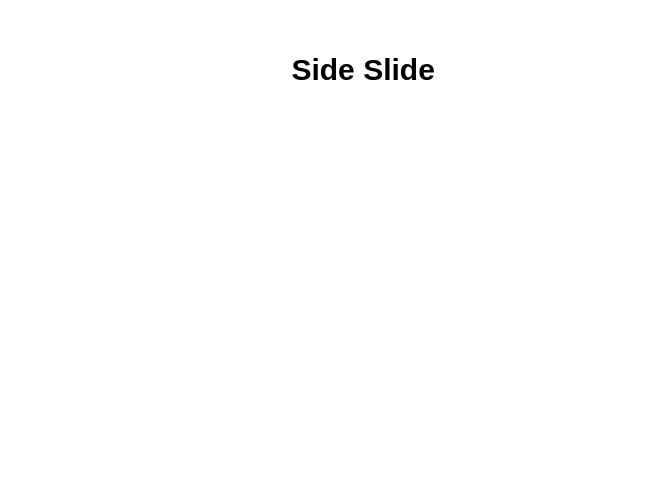
DrBiffness/pachinko-lift keeps this draw.io diagram as page "Side Slide" (2 of 2) of ballLift.drawio. Above is the earlier version. Source tidied: cells renumbered, new cells numbered last; positions are measured from the earlier drawing's top-left corner, leaving out a move shared by most shapes. Both pictures are drawn from the tidied source at 125%, with x=0, y=0 at pixel (212, 26).
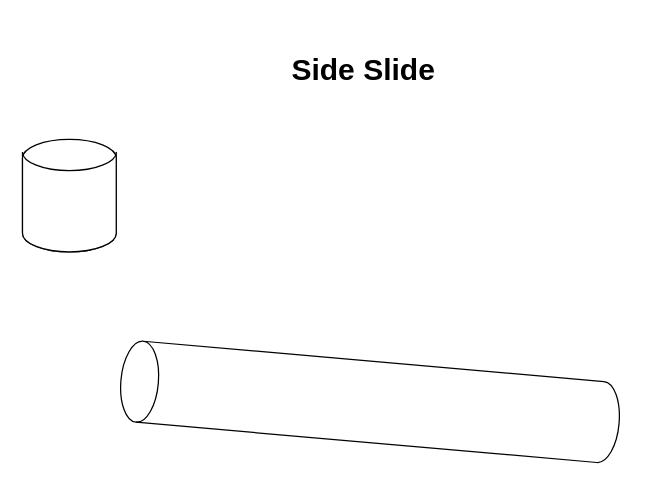
The same page after the edit.

Commit message:
Initial Build Side Slide

What changed in the source:
```diff
@@
 <mxGraphModel>
   <root>
     <mxCell id="0" />
     <mxCell id="1" parent="0" />
+    <mxCell id="3" style="shape=cylinder3;whiteSpace=wrap;html=1;boundedLbl=1;backgroundOutline=1;size=15;" parent="1" vertex="1">
+      <mxGeometry x="-152.5" y="90" width="75" height="90" as="geometry" />
+    </mxCell>
     <mxCell id="2" value="Side Slide" style="text;strokeColor=none;fillColor=none;html=1;fontSize=24;fontStyle=1;verticalAlign=middle;align=center;shadow=1;" parent="1" vertex="1">
       <mxGeometry width="240" height="70" as="geometry" />
     </mxCell>
+    <mxCell id="4" style="shape=cylinder3;whiteSpace=wrap;html=1;boundedLbl=1;backgroundOutline=1;size=15;rotation=-85;" parent="1" vertex="1">
+      <mxGeometry x="93" y="100" width="65" height="400" as="geometry" />
+    </mxCell>
+    <mxCell id="5" style="shape=cylinder3;whiteSpace=wrap;html=1;boundedLbl=1;backgroundOutline=1;size=15;lid=0;" parent="1" vertex="1">
+      <mxGeometry x="-152.5" y="100" width="75" height="80" as="geometry" />
+    </mxCell>
   </root>
 </mxGraphModel>
```
